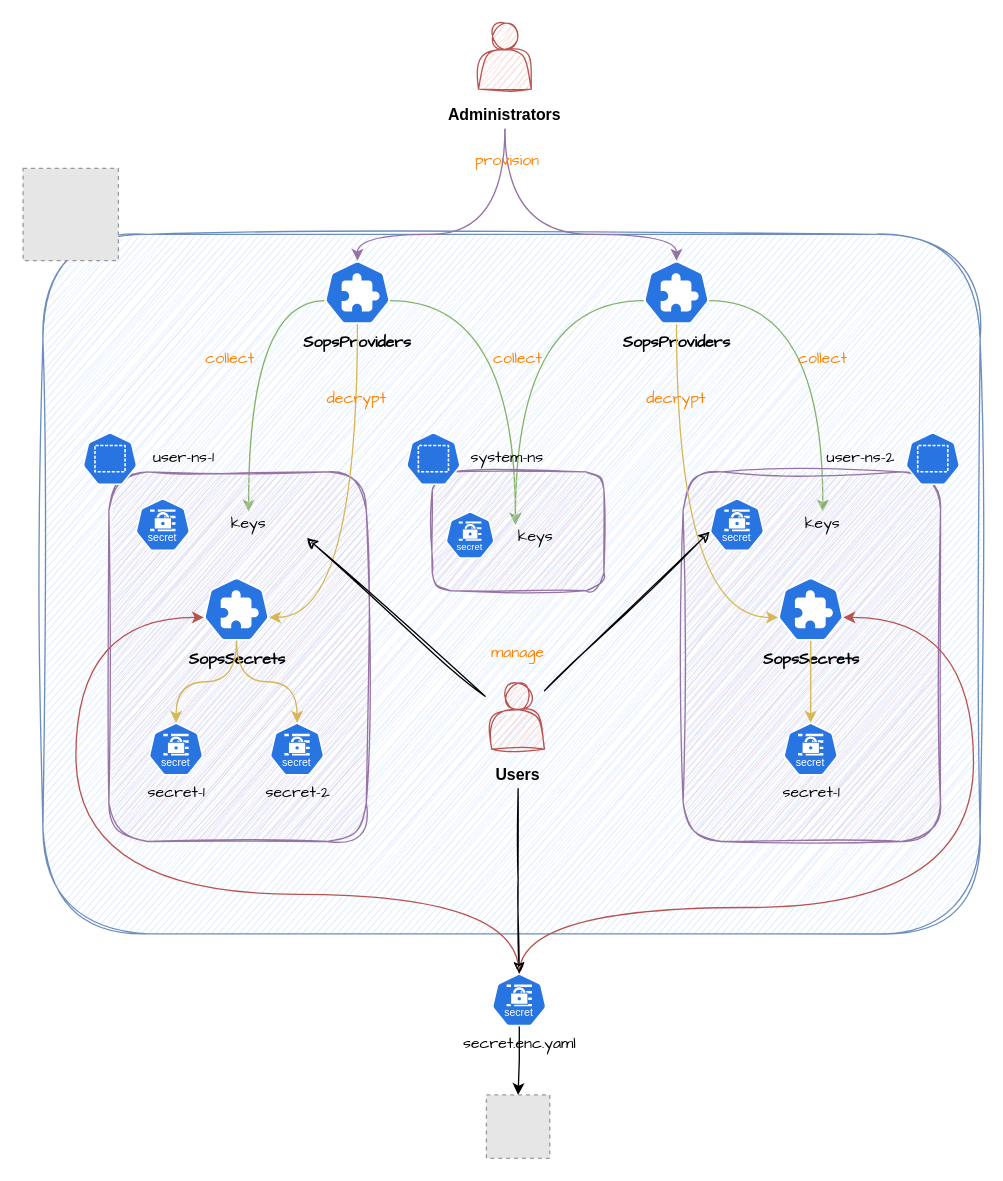
This is docs/assets/sops-operator.drawio from peak-scale/sops-operator, a draw.io file, before an edit. Source tidied: cells renumbered, new cells numbered last; positions are measured from the earlier drawing's top-left corner, leaving out a move shared by most shapes. Both pictures are drawn from the tidied source at 132%, with x=0, y=0 at pixel (22, 22). Pictures stored in the file or linked from it are replaced by grey dashed boxes.
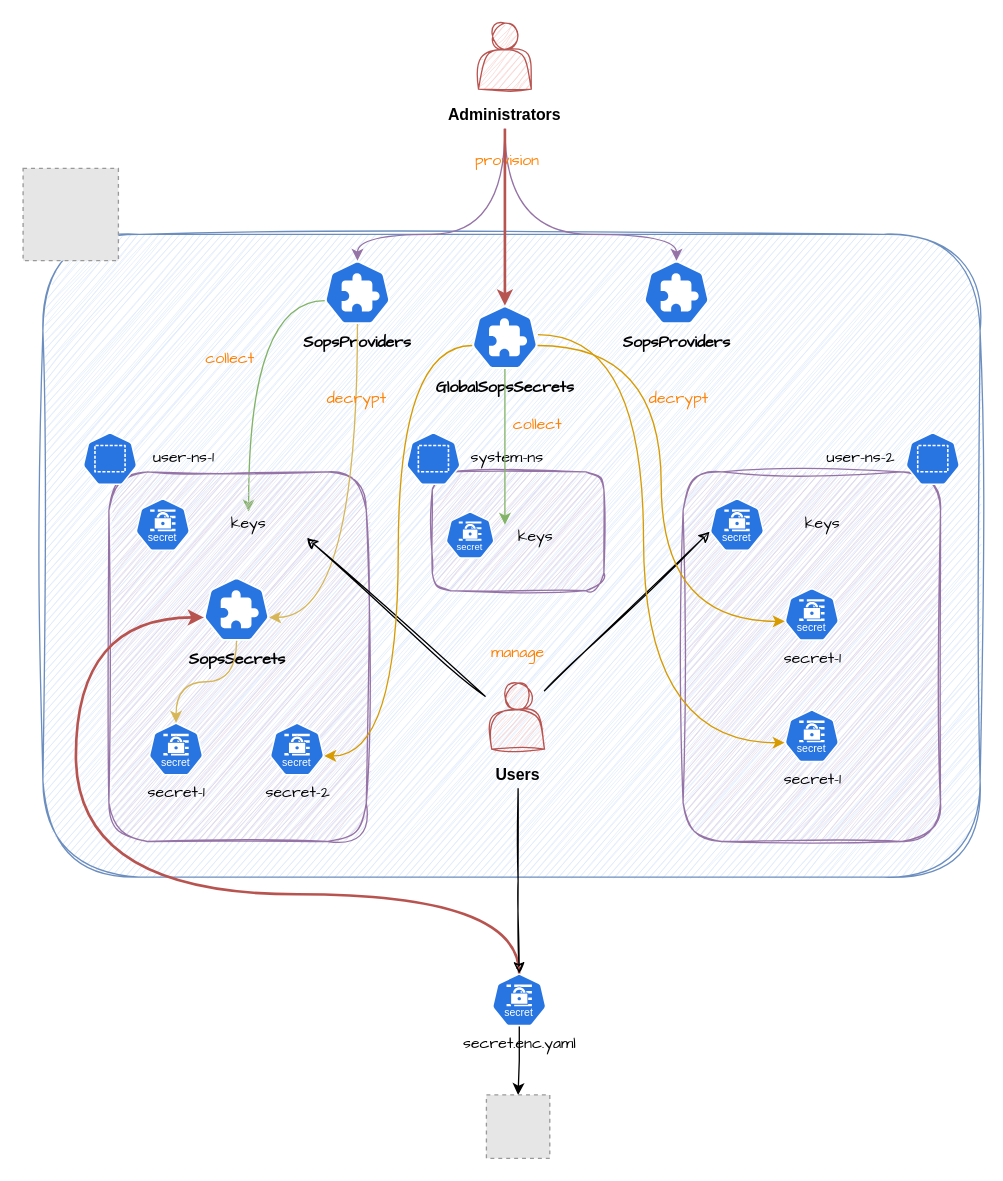
After the change.

The change refers to these unchanged cells:
```xml
<mxCell id="6" value="&lt;b&gt;&lt;font face=&quot;Comic Sans MS&quot;&gt;SopsProviders&lt;/font&gt;&lt;/b&gt;" style="sketch=0;html=1;dashed=0;whitespace=wrap;verticalLabelPosition=bottom;verticalAlign=top;fillColor=#2875E2;strokeColor=#ffffff;points=[[0.005,0.63,0],[0.1,0.2,0],[0.9,0.2,0],[0.5,0,0],[0.995,0.63,0],[0.72,0.99,0],[0.5,1,0],[0.28,0.99,0]];shape=mxgraph.kubernetes.icon2;prIcon=crd;" parent="1" vertex="1">
  <mxGeometry x="228.3" y="180" width="50" height="48" as="geometry" />
</mxCell>
<mxCell id="9" value="&lt;b&gt;&lt;font face=&quot;Comic Sans MS&quot;&gt;SopsProviders&lt;/font&gt;&lt;/b&gt;" style="sketch=0;html=1;dashed=0;whitespace=wrap;verticalLabelPosition=bottom;verticalAlign=top;fillColor=#2875E2;strokeColor=#ffffff;points=[[0.005,0.63,0],[0.1,0.2,0],[0.9,0.2,0],[0.5,0,0],[0.995,0.63,0],[0.72,0.99,0],[0.5,1,0],[0.28,0.99,0]];shape=mxgraph.kubernetes.icon2;prIcon=crd;" parent="1" vertex="1">
  <mxGeometry x="470" y="180" width="50" height="48" as="geometry" />
</mxCell>
<mxCell id="12" value="&lt;b&gt;Administrators&lt;/b&gt;" style="text;html=1;align=center;verticalAlign=middle;whiteSpace=wrap;rounded=0;" parent="10" vertex="1">
  <mxGeometry y="60" width="70" height="20" as="geometry" />
</mxCell>
<mxCell id="20" value="keys" style="text;html=1;align=center;verticalAlign=middle;whiteSpace=wrap;rounded=0;fontFamily=Comic Sans MS;" parent="18" vertex="1">
  <mxGeometry x="37.3" y="10" width="62.7" height="20" as="geometry" />
</mxCell>
<mxCell id="26" value="keys" style="text;html=1;align=center;verticalAlign=middle;whiteSpace=wrap;rounded=0;fontFamily=Comic Sans MS;" parent="24" vertex="1">
  <mxGeometry x="41.7" y="10" width="88.3" height="20" as="geometry" />
</mxCell>
<mxCell id="27" value="&lt;b&gt;&lt;font face=&quot;Comic Sans MS&quot;&gt;SopsSecrets&lt;/font&gt;&lt;/b&gt;" style="sketch=0;html=1;dashed=0;whitespace=wrap;verticalLabelPosition=bottom;verticalAlign=top;fillColor=#2875E2;strokeColor=#ffffff;points=[[0.005,0.63,0],[0.1,0.2,0],[0.9,0.2,0],[0.5,0,0],[0.995,0.63,0],[0.72,0.99,0],[0.5,1,0],[0.28,0.99,0]];shape=mxgraph.kubernetes.icon2;prIcon=crd;" parent="1" vertex="1">
  <mxGeometry x="136.7" y="420" width="50" height="48" as="geometry" />
</mxCell>
<mxCell id="28" value="secret-1" style="sketch=0;html=1;dashed=0;whitespace=wrap;verticalLabelPosition=bottom;verticalAlign=top;fillColor=#2875E2;strokeColor=#ffffff;points=[[0.005,0.63,0],[0.1,0.2,0],[0.9,0.2,0],[0.5,0,0],[0.995,0.63,0],[0.72,0.99,0],[0.5,1,0],[0.28,0.99,0]];shape=mxgraph.kubernetes.icon2;kubernetesLabel=1;prIcon=secret;fontFamily=Comic Sans MS;" parent="1" vertex="1">
  <mxGeometry x="95" y="530" width="41.7" height="40" as="geometry" />
</mxCell>
<mxCell id="29" value="secret-2" style="sketch=0;html=1;dashed=0;whitespace=wrap;verticalLabelPosition=bottom;verticalAlign=top;fillColor=#2875E2;strokeColor=#ffffff;points=[[0.005,0.63,0],[0.1,0.2,0],[0.9,0.2,0],[0.5,0,0],[0.995,0.63,0],[0.72,0.99,0],[0.5,1,0],[0.28,0.99,0]];shape=mxgraph.kubernetes.icon2;kubernetesLabel=1;prIcon=secret;fontFamily=Comic Sans MS;" parent="1" vertex="1">
  <mxGeometry x="186.7" y="530" width="41.7" height="40" as="geometry" />
</mxCell>
<mxCell id="41" value="keys" style="text;html=1;align=center;verticalAlign=middle;whiteSpace=wrap;rounded=0;fontFamily=Comic Sans MS;" parent="39" vertex="1">
  <mxGeometry x="41.7" y="10" width="88.3" height="20" as="geometry" />
</mxCell>
<mxCell id="53" value="secret.enc.yaml" style="sketch=0;html=1;dashed=0;whitespace=wrap;verticalLabelPosition=bottom;verticalAlign=top;fillColor=#2875E2;strokeColor=#ffffff;points=[[0.005,0.63,0],[0.1,0.2,0],[0.9,0.2,0],[0.5,0,0],[0.995,0.63,0],[0.72,0.99,0],[0.5,1,0],[0.28,0.99,0]];shape=mxgraph.kubernetes.icon2;kubernetesLabel=1;prIcon=secret;fontFamily=Comic Sans MS;" parent="1" vertex="1">
  <mxGeometry x="355" y="720" width="41.7" height="40" as="geometry" />
</mxCell>
```

What changed in the source:
```diff
@@
     <mxCell id="2" style="rounded=1;whiteSpace=wrap;html=1;fillColor=#dae8fc;strokeColor=#6c8ebf;sketch=1;curveFitting=1;jiggle=2;" parent="1" vertex="1">
-      <mxGeometry x="15" y="160" width="710" height="530" as="geometry" />
+      <mxGeometry x="15" y="160" width="710" height="487" as="geometry" />
     </mxCell>
@@
-    <mxCell id="4" style="edgeStyle=orthogonalEdgeStyle;rounded=0;jettySize=auto;html=1;entryX=0.5;entryY=0;entryDx=0;entryDy=0;exitX=0.005;exitY=0.63;exitDx=0;exitDy=0;exitPerimeter=0;curved=1;flowAnimation=1;fillColor=#d5e8d4;strokeColor=#82b366;" parent="1" edge="1" source="6" target="26">
+    <mxCell id="4" style="edgeStyle=orthogonalEdgeStyle;rounded=0;jettySize=auto;html=1;entryX=0.5;entryY=0;entryDx=0;entryDy=0;exitX=0.005;exitY=0.63;exitDx=0;exitDy=0;exitPerimeter=0;curved=1;flowAnimation=0;fillColor=#d5e8d4;strokeColor=#82b366;" parent="1" edge="1" source="6" target="26">
       <mxGeometry relative="1" as="geometry" />
     </mxCell>
-    <mxCell id="5" style="edgeStyle=orthogonalEdgeStyle;rounded=0;jettySize=auto;html=1;exitX=0.995;exitY=0.63;exitDx=0;exitDy=0;exitPerimeter=0;entryX=0.25;entryY=0;entryDx=0;entryDy=0;curved=1;fillColor=#d5e8d4;strokeColor=#82b366;flowAnimation=1;" parent="1" edge="1" source="6" target="20">
-      <mxGeometry relative="1" as="geometry" />
-    </mxCell>
@@
-    <mxCell id="7" style="edgeStyle=orthogonalEdgeStyle;rounded=0;jettySize=auto;html=1;exitX=0.005;exitY=0.63;exitDx=0;exitDy=0;exitPerimeter=0;entryX=0.25;entryY=0;entryDx=0;entryDy=0;curved=1;fillColor=#d5e8d4;strokeColor=#82b366;flowAnimation=1;" parent="1" edge="1" source="9" target="20">
-      <mxGeometry relative="1" as="geometry" />
-    </mxCell>
-    <mxCell id="8" style="edgeStyle=orthogonalEdgeStyle;rounded=0;jettySize=auto;html=1;exitX=0.995;exitY=0.63;exitDx=0;exitDy=0;exitPerimeter=0;entryX=0.5;entryY=0;entryDx=0;entryDy=0;curved=1;fillColor=#d5e8d4;strokeColor=#82b366;flowAnimation=1;" parent="1" edge="1" source="9" target="41">
-      <mxGeometry relative="1" as="geometry" />
-    </mxCell>
@@
-    <mxCell id="13" style="edgeStyle=orthogonalEdgeStyle;rounded=0;jettySize=auto;html=1;curved=1;exitX=0.5;exitY=1;exitDx=0;exitDy=0;flowAnimation=1;fillColor=#e1d5e7;strokeColor=#9673a6;" parent="1" edge="1" source="12" target="9">
+    <mxCell id="13" style="edgeStyle=orthogonalEdgeStyle;rounded=0;jettySize=auto;html=1;curved=1;exitX=0.5;exitY=1;exitDx=0;exitDy=0;flowAnimation=0;fillColor=#e1d5e7;strokeColor=#9673a6;" parent="1" edge="1" source="12" target="9">
       <mxGeometry relative="1" as="geometry">
         <Array as="points">
           <mxPoint x="365" y="160" />
           <mxPoint x="495" y="160" />
         </Array>
       </mxGeometry>
     </mxCell>
@@
-    <mxCell id="30" style="edgeStyle=orthogonalEdgeStyle;rounded=0;jettySize=auto;html=1;entryX=0.5;entryY=0;entryDx=0;entryDy=0;entryPerimeter=0;exitX=0.5;exitY=1;exitDx=0;exitDy=0;exitPerimeter=0;curved=1;fillColor=#fff2cc;strokeColor=#d6b656;flowAnimation=1;" parent="1" edge="1" source="27" target="28">
+    <mxCell id="30" style="edgeStyle=orthogonalEdgeStyle;rounded=0;jettySize=auto;html=1;entryX=0.5;entryY=0;entryDx=0;entryDy=0;entryPerimeter=0;exitX=0.5;exitY=1;exitDx=0;exitDy=0;exitPerimeter=0;curved=1;fillColor=#fff2cc;strokeColor=#d6b656;flowAnimation=0;" parent="1" edge="1" source="27" target="28">
       <mxGeometry relative="1" as="geometry" />
     </mxCell>
-    <mxCell id="31" style="edgeStyle=orthogonalEdgeStyle;rounded=0;jettySize=auto;html=1;exitX=0.5;exitY=1;exitDx=0;exitDy=0;exitPerimeter=0;curved=1;fillColor=#fff2cc;strokeColor=#d6b656;flowAnimation=1;entryX=0.5;entryY=0;entryDx=0;entryDy=0;entryPerimeter=0;" parent="1" edge="1" source="27" target="29">
-      <mxGeometry relative="1" as="geometry" />
-    </mxCell>
-    <mxCell id="32" style="edgeStyle=orthogonalEdgeStyle;rounded=0;jettySize=auto;html=1;entryX=0.995;entryY=0.63;entryDx=0;entryDy=0;entryPerimeter=0;exitX=0.5;exitY=1;exitDx=0;exitDy=0;exitPerimeter=0;fillColor=#fff2cc;strokeColor=#d6b656;curved=1;flowAnimation=1;" parent="1" edge="1" source="6" target="27">
+    <mxCell id="32" style="edgeStyle=orthogonalEdgeStyle;rounded=0;jettySize=auto;html=1;entryX=0.995;entryY=0.63;entryDx=0;entryDy=0;entryPerimeter=0;exitX=0.5;exitY=1;exitDx=0;exitDy=0;exitPerimeter=0;fillColor=#fff2cc;strokeColor=#d6b656;curved=1;flowAnimation=0;" parent="1" edge="1" source="6" target="27">
       <mxGeometry relative="1" as="geometry" />
     </mxCell>
@@
-    <mxCell id="34" value="&lt;font style=&quot;color: rgb(255, 128, 0);&quot;&gt;collect&lt;/font&gt;" style="text;html=1;align=center;verticalAlign=middle;whiteSpace=wrap;rounded=0;fontFamily=Comic Sans MS;" parent="1" vertex="1">
-      <mxGeometry x="345" y="250" width="60" height="10" as="geometry" />
-    </mxCell>
@@
-    <mxCell id="42" value="&lt;b&gt;&lt;font face=&quot;Comic Sans MS&quot;&gt;SopsSecrets&lt;/font&gt;&lt;/b&gt;" style="sketch=0;html=1;dashed=0;whitespace=wrap;verticalLabelPosition=bottom;verticalAlign=top;fillColor=#2875E2;strokeColor=#ffffff;points=[[0.005,0.63,0],[0.1,0.2,0],[0.9,0.2,0],[0.5,0,0],[0.995,0.63,0],[0.72,0.99,0],[0.5,1,0],[0.28,0.99,0]];shape=mxgraph.kubernetes.icon2;prIcon=crd;" parent="1" vertex="1">
-      <mxGeometry x="571.7" y="420" width="50" height="48" as="geometry" />
-    </mxCell>
     <mxCell id="43" value="secret-1" style="sketch=0;html=1;dashed=0;whitespace=wrap;verticalLabelPosition=bottom;verticalAlign=top;fillColor=#2875E2;strokeColor=#ffffff;points=[[0.005,0.63,0],[0.1,0.2,0],[0.9,0.2,0],[0.5,0,0],[0.995,0.63,0],[0.72,0.99,0],[0.5,1,0],[0.28,0.99,0]];shape=mxgraph.kubernetes.icon2;kubernetesLabel=1;prIcon=secret;fontFamily=Comic Sans MS;" parent="1" vertex="1">
-      <mxGeometry x="575.8" y="530" width="41.7" height="40" as="geometry" />
+      <mxGeometry x="576.7" y="428" width="41.7" height="40" as="geometry" />
     </mxCell>
-    <mxCell id="44" style="edgeStyle=orthogonalEdgeStyle;rounded=0;jettySize=auto;html=1;entryX=0.5;entryY=0;entryDx=0;entryDy=0;entryPerimeter=0;exitX=0.5;exitY=1;exitDx=0;exitDy=0;exitPerimeter=0;curved=1;fillColor=#fff2cc;strokeColor=#d6b656;flowAnimation=1;" parent="1" edge="1" source="42" target="43">
-      <mxGeometry relative="1" as="geometry" />
-    </mxCell>
-    <mxCell id="45" style="edgeStyle=orthogonalEdgeStyle;rounded=0;jettySize=auto;html=1;exitX=0.5;exitY=1;exitDx=0;exitDy=0;entryX=0.5;entryY=0;entryDx=0;entryDy=0;entryPerimeter=0;curved=1;flowAnimation=1;fillColor=#e1d5e7;strokeColor=#9673a6;" parent="1" edge="1" source="12" target="6">
+    <mxCell id="45" style="edgeStyle=orthogonalEdgeStyle;rounded=0;jettySize=auto;html=1;exitX=0.5;exitY=1;exitDx=0;exitDy=0;entryX=0.5;entryY=0;entryDx=0;entryDy=0;entryPerimeter=0;curved=1;flowAnimation=0;fillColor=#e1d5e7;strokeColor=#9673a6;" parent="1" edge="1" source="12" target="6">
       <mxGeometry relative="1" as="geometry">
         <Array as="points">
           <mxPoint x="365" y="160" />
           <mxPoint x="253" y="160" />
         </Array>
       </mxGeometry>
     </mxCell>
-    <mxCell id="46" value="&lt;font style=&quot;color: rgb(255, 128, 0);&quot;&gt;collect&lt;/font&gt;" style="text;html=1;align=center;verticalAlign=middle;whiteSpace=wrap;rounded=0;fontFamily=Comic Sans MS;" parent="1" vertex="1">
-      <mxGeometry x="575.8" y="250" width="60" height="10" as="geometry" />
-    </mxCell>
-    <mxCell id="47" style="edgeStyle=orthogonalEdgeStyle;rounded=0;jettySize=auto;html=1;exitX=0.5;exitY=1;exitDx=0;exitDy=0;exitPerimeter=0;entryX=0.005;entryY=0.63;entryDx=0;entryDy=0;entryPerimeter=0;curved=1;fillColor=#fff2cc;strokeColor=#d6b656;flowAnimation=1;" parent="1" edge="1" source="9" target="42">
-      <mxGeometry relative="1" as="geometry" />
-    </mxCell>
-    <mxCell id="48" value="&lt;font style=&quot;color: rgb(255, 128, 0);&quot;&gt;decrypt&lt;/font&gt;" style="text;html=1;align=center;verticalAlign=middle;whiteSpace=wrap;rounded=0;fontFamily=Comic Sans MS;" parent="1" vertex="1">
-      <mxGeometry x="465" y="280" width="60" height="10" as="geometry" />
-    </mxCell>
@@
-    <mxCell id="54" style="edgeStyle=orthogonalEdgeStyle;rounded=0;jettySize=auto;html=1;exitX=0.5;exitY=0;exitDx=0;exitDy=0;exitPerimeter=0;entryX=0.005;entryY=0.63;entryDx=0;entryDy=0;entryPerimeter=0;flowAnimation=1;curved=1;fillColor=#f8cecc;strokeColor=#b85450;" parent="1" edge="1" source="53" target="27">
+    <mxCell id="54" style="edgeStyle=orthogonalEdgeStyle;rounded=0;jettySize=auto;html=1;exitX=0.5;exitY=0;exitDx=0;exitDy=0;exitPerimeter=0;entryX=0.005;entryY=0.63;entryDx=0;entryDy=0;entryPerimeter=0;flowAnimation=0;curved=1;fillColor=#f8cecc;strokeColor=#b85450;strokeWidth=2;" parent="1" edge="1" source="53" target="27">
       <mxGeometry relative="1" as="geometry">
         <Array as="points">
           <mxPoint x="376" y="660" />
           <mxPoint x="40" y="660" />
           <mxPoint x="40" y="450" />
         </Array>
       </mxGeometry>
     </mxCell>
-    <mxCell id="55" style="edgeStyle=orthogonalEdgeStyle;rounded=0;jettySize=auto;html=1;entryX=0.995;entryY=0.63;entryDx=0;entryDy=0;entryPerimeter=0;curved=1;flowAnimation=1;fillColor=#f8cecc;strokeColor=#b85450;" parent="1" edge="1" source="53" target="42">
-      <mxGeometry relative="1" as="geometry">
-        <Array as="points">
-          <mxPoint x="376" y="670" />
-          <mxPoint x="720" y="670" />
-          <mxPoint x="720" y="450" />
-        </Array>
-      </mxGeometry>
-    </mxCell>
@@
+    <mxCell id="61" value="&lt;b&gt;&lt;font face=&quot;Comic Sans MS&quot;&gt;GlobalSopsSecrets&lt;/font&gt;&lt;/b&gt;" style="sketch=0;html=1;dashed=0;whitespace=wrap;verticalLabelPosition=bottom;verticalAlign=top;fillColor=#2875E2;strokeColor=#ffffff;points=[[0.005,0.63,0],[0.1,0.2,0],[0.9,0.2,0],[0.5,0,0],[0.995,0.63,0],[0.72,0.99,0],[0.5,1,0],[0.28,0.99,0]];shape=mxgraph.kubernetes.icon2;prIcon=crd;" parent="1" vertex="1">
+      <mxGeometry x="340" y="214" width="50" height="48" as="geometry" />
+    </mxCell>
+    <mxCell id="62" value="secret-1" style="sketch=0;html=1;dashed=0;whitespace=wrap;verticalLabelPosition=bottom;verticalAlign=top;fillColor=#2875E2;strokeColor=#ffffff;points=[[0.005,0.63,0],[0.1,0.2,0],[0.9,0.2,0],[0.5,0,0],[0.995,0.63,0],[0.72,0.99,0],[0.5,1,0],[0.28,0.99,0]];shape=mxgraph.kubernetes.icon2;kubernetesLabel=1;prIcon=secret;fontFamily=Comic Sans MS;" parent="1" vertex="1">
+      <mxGeometry x="576.7" y="520" width="41.7" height="40" as="geometry" />
+    </mxCell>
+    <mxCell id="63" style="edgeStyle=orthogonalEdgeStyle;rounded=0;jettySize=auto;html=1;entryX=0.005;entryY=0.63;entryDx=0;entryDy=0;entryPerimeter=0;curved=1;fillColor=#ffe6cc;strokeColor=#d79b00;flowAnimation=0;" parent="1" edge="1" source="61" target="62">
+      <mxGeometry relative="1" as="geometry">
+        <Array as="points">
+          <mxPoint x="470" y="236" />
+          <mxPoint x="470" y="545" />
+        </Array>
+      </mxGeometry>
+    </mxCell>
+    <mxCell id="48" value="&lt;font style=&quot;color: rgb(255, 128, 0);&quot;&gt;decrypt&lt;/font&gt;" style="text;html=1;align=center;verticalAlign=middle;whiteSpace=wrap;rounded=0;fontFamily=Comic Sans MS;" parent="1" vertex="1">
+      <mxGeometry x="467" y="280" width="60" height="10" as="geometry" />
+    </mxCell>
+    <mxCell id="64" style="edgeStyle=orthogonalEdgeStyle;rounded=0;jettySize=auto;html=1;exitX=0.5;exitY=1;exitDx=0;exitDy=0;entryX=0.5;entryY=0;entryDx=0;entryDy=0;entryPerimeter=0;fillColor=#f8cecc;strokeColor=#b85450;strokeWidth=2;" parent="1" edge="1" source="12" target="61">
+      <mxGeometry relative="1" as="geometry" />
+    </mxCell>
+    <mxCell id="65" style="edgeStyle=orthogonalEdgeStyle;rounded=0;jettySize=auto;html=1;entryX=0.123;entryY=0;entryDx=0;entryDy=0;entryPerimeter=0;fillColor=#d5e8d4;strokeColor=#82b366;flowAnimation=0;" parent="1" edge="1" source="61" target="20">
+      <mxGeometry relative="1" as="geometry" />
+    </mxCell>
+    <mxCell id="66" style="edgeStyle=orthogonalEdgeStyle;rounded=0;jettySize=auto;html=1;exitX=0.005;exitY=0.63;exitDx=0;exitDy=0;exitPerimeter=0;entryX=0.995;entryY=0.63;entryDx=0;entryDy=0;entryPerimeter=0;curved=1;fillColor=#ffe6cc;strokeColor=#d79b00;flowAnimation=0;" parent="1" edge="1" source="61" target="29">
+      <mxGeometry relative="1" as="geometry" />
+    </mxCell>
+    <mxCell id="67" value="&lt;font style=&quot;color: rgb(255, 128, 0);&quot;&gt;collect&lt;/font&gt;" style="text;html=1;align=center;verticalAlign=middle;whiteSpace=wrap;rounded=0;fontFamily=Comic Sans MS;" parent="1" vertex="1">
+      <mxGeometry x="360" y="300" width="60" height="10" as="geometry" />
+    </mxCell>
+    <mxCell id="68" style="edgeStyle=orthogonalEdgeStyle;rounded=0;jettySize=auto;html=1;exitX=0.995;exitY=0.63;exitDx=0;exitDy=0;exitPerimeter=0;entryX=0.005;entryY=0.63;entryDx=0;entryDy=0;entryPerimeter=0;curved=1;fillColor=#ffe6cc;strokeColor=#d79b00;" parent="1" edge="1" source="61" target="43">
+      <mxGeometry relative="1" as="geometry" />
+    </mxCell>
```
